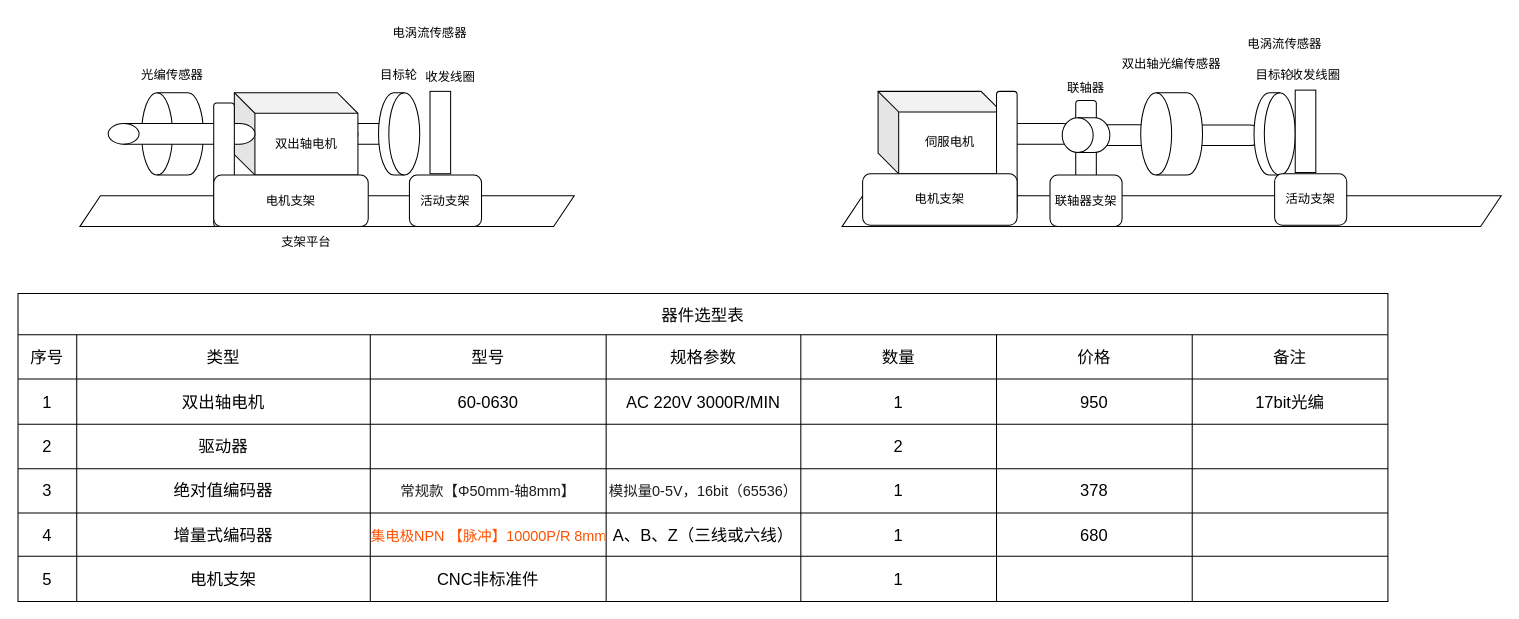
This is 未命名绘图.drawio from dchangsheng/drawio, a draw.io file, before an edit. Source tidied: cells renumbered, new cells numbered last; positions are measured from the earlier drawing's top-left corner, leaving out a move shared by most shapes. Both pictures are drawn from the tidied source at 103%, with x=0, y=0 at pixel (18, 18).
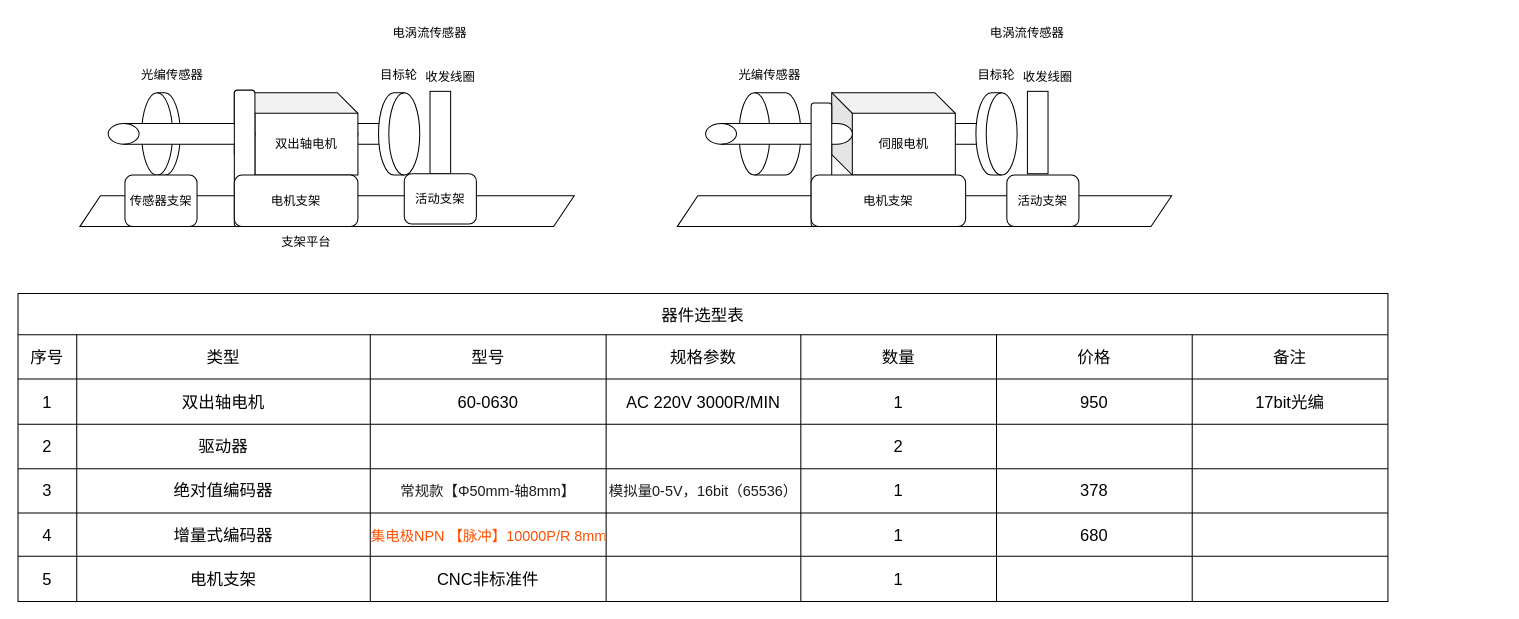
Above is the later version.

Commit message:
已添加 未命名绘图.drawio

Unchanged cells that the change refers to:
```xml
<mxCell id="29" style="shape=tableRow;horizontal=0;startSize=0;swimlaneHead=0;swimlaneBody=0;strokeColor=inherit;top=0;left=0;bottom=0;right=0;fillColor=none;fontSize=16;" parent="20" vertex="1">
  <mxGeometry y="83" width="1330" height="44" as="geometry" />
</mxCell>
<mxCell id="37" style="shape=tableRow;horizontal=0;startSize=0;swimlaneHead=0;swimlaneBody=0;strokeColor=inherit;top=0;left=0;bottom=0;right=0;fillColor=none;fontSize=16;" parent="20" vertex="1">
  <mxGeometry y="127" width="1330" height="43" as="geometry" />
</mxCell>
<mxCell id="45" style="shape=tableRow;horizontal=0;startSize=0;swimlaneHead=0;swimlaneBody=0;strokeColor=inherit;top=0;left=0;bottom=0;right=0;fillColor=none;fontSize=16;" parent="20" vertex="1">
  <mxGeometry y="170" width="1330" height="43" as="geometry" />
</mxCell>
<mxCell id="53" style="shape=tableRow;horizontal=0;startSize=0;swimlaneHead=0;swimlaneBody=0;strokeColor=inherit;top=0;left=0;bottom=0;right=0;fillColor=none;fontSize=16;" parent="20" vertex="1">
  <mxGeometry y="213" width="1330" height="42" as="geometry" />
</mxCell>
<mxCell id="61" style="shape=tableRow;horizontal=0;startSize=0;swimlaneHead=0;swimlaneBody=0;strokeColor=inherit;top=0;left=0;bottom=0;right=0;fillColor=none;fontSize=16;" parent="20" vertex="1">
  <mxGeometry y="255" width="1330" height="44" as="geometry" />
</mxCell>
```

Diff of the diagram source:
```diff
@@
-    <mxCell id="2" style="rounded=1;whiteSpace=wrap;html=1;" parent="1" vertex="1">
-      <mxGeometry x="1026.9" y="80" width="20" height="120" as="geometry" />
-    </mxCell>
-    <mxCell id="3" style="shape=cylinder3;whiteSpace=wrap;html=1;boundedLbl=1;backgroundOutline=1;size=15;rotation=-90;" parent="1" vertex="1">
-      <mxGeometry x="1060.6" y="63.1" width="20" height="101.2" as="geometry" />
-    </mxCell>
-    <mxCell id="4" style="shape=cylinder3;whiteSpace=wrap;html=1;boundedLbl=1;backgroundOutline=1;size=15;rotation=-90;" parent="1" vertex="1">
-      <mxGeometry x="1142.7" y="55.8" width="20" height="116" as="geometry" />
-    </mxCell>
@@
-    <mxCell id="7" style="shape=cylinder3;whiteSpace=wrap;html=1;boundedLbl=1;backgroundOutline=1;size=15;rotation=-90;" parent="1" vertex="1">
-      <mxGeometry x="110" y="82.5" width="80" height="60" as="geometry" />
-    </mxCell>
+    <mxCell id="85" style="shape=cylinder3;whiteSpace=wrap;html=1;boundedLbl=1;backgroundOutline=1;size=15;rotation=-90;" parent="1" vertex="1">
+      <mxGeometry x="98.8" y="93.8" width="80" height="37.5" as="geometry" />
+    </mxCell>
@@
-    <mxCell id="14" style="rounded=1;whiteSpace=wrap;html=1;" parent="1" vertex="1">
-      <mxGeometry x="190" y="82.5" width="20" height="120" as="geometry" />
-    </mxCell>
-    <mxCell id="15" value="电机支架" style="rounded=1;whiteSpace=wrap;html=1;" parent="1" vertex="1">
-      <mxGeometry x="190" y="152.5" width="150" height="50" as="geometry" />
-    </mxCell>
+    <mxCell id="86" style="rounded=1;whiteSpace=wrap;html=1;" parent="1" vertex="1">
+      <mxGeometry x="210" y="70" width="20" height="132.5" as="geometry" />
+    </mxCell>
+    <mxCell id="87" value="电机支架" style="rounded=1;whiteSpace=wrap;html=1;" parent="1" vertex="1">
+      <mxGeometry x="210" y="152.5" width="120" height="50" as="geometry" />
+    </mxCell>
@@
-    <mxCell id="19" value="活动支架" style="rounded=1;whiteSpace=wrap;html=1;" parent="1" vertex="1">
-      <mxGeometry x="380" y="152.5" width="70" height="50" as="geometry" />
-    </mxCell>
+    <mxCell id="88" value="活动支架" style="rounded=1;whiteSpace=wrap;html=1;" parent="1" vertex="1">
+      <mxGeometry x="375" y="151.2" width="70" height="48.8" as="geometry" />
+    </mxCell>
@@
-    <mxCell id="34" value="1" style="shape=partialRectangle;html=1;whiteSpace=wrap;strokeColor=inherit;overflow=hidden;fillColor=none;top=0;left=0;bottom=0;right=0;fontSize=16;" parent="29" vertex="1">
-      <mxGeometry x="760" width="190" height="44" as="geometry" />
-    </mxCell>
+    <mxCell id="89" value="1" style="shape=partialRectangle;html=1;whiteSpace=wrap;strokeColor=inherit;overflow=hidden;fillColor=none;top=0;left=0;bottom=0;right=0;fontSize=16;" parent="29" vertex="1">
+      <mxGeometry x="760" width="190" height="44" as="geometry" />
+    </mxCell>
@@
-    <mxCell id="44" style="shape=partialRectangle;html=1;whiteSpace=wrap;strokeColor=inherit;overflow=hidden;fillColor=none;top=0;left=0;bottom=0;right=0;fontSize=16;" parent="37" vertex="1">
-      <mxGeometry x="1140" width="190" height="43" as="geometry" />
-    </mxCell>
+    <mxCell id="90" style="shape=partialRectangle;html=1;whiteSpace=wrap;strokeColor=inherit;overflow=hidden;fillColor=none;top=0;left=0;bottom=0;right=0;fontSize=16;" parent="37" vertex="1">
+      <mxGeometry x="1140" width="190" height="43" as="geometry" />
+    </mxCell>
@@
-    <mxCell id="52" style="shape=partialRectangle;html=1;whiteSpace=wrap;strokeColor=inherit;overflow=hidden;fillColor=none;top=0;left=0;bottom=0;right=0;fontSize=16;" parent="45" vertex="1">
-      <mxGeometry x="1140" width="190" height="43" as="geometry" />
-    </mxCell>
+    <mxCell id="91" style="shape=partialRectangle;html=1;whiteSpace=wrap;strokeColor=inherit;overflow=hidden;fillColor=none;top=0;left=0;bottom=0;right=0;fontSize=16;" parent="45" vertex="1">
+      <mxGeometry x="1140" width="190" height="43" as="geometry" />
+    </mxCell>
@@
-    <mxCell id="57" value="A、B、Z（三线或六线）" style="shape=partialRectangle;html=1;whiteSpace=wrap;strokeColor=inherit;overflow=hidden;fillColor=none;top=0;left=0;bottom=0;right=0;fontSize=16;" parent="53" vertex="1">
-      <mxGeometry x="571" width="189" height="42" as="geometry" />
-    </mxCell>
+    <mxCell id="92" style="shape=partialRectangle;html=1;whiteSpace=wrap;strokeColor=inherit;overflow=hidden;fillColor=none;top=0;left=0;bottom=0;right=0;fontSize=16;" parent="53" vertex="1">
+      <mxGeometry x="571" width="189" height="42" as="geometry" />
+    </mxCell>
@@
-    <mxCell id="66" value="1" style="shape=partialRectangle;html=1;whiteSpace=wrap;strokeColor=inherit;overflow=hidden;fillColor=none;top=0;left=0;bottom=0;right=0;fontSize=16;" parent="61" vertex="1">
-      <mxGeometry x="760" width="190" height="44" as="geometry" />
-    </mxCell>
+    <mxCell id="93" value="1" style="shape=partialRectangle;html=1;whiteSpace=wrap;strokeColor=inherit;overflow=hidden;fillColor=none;top=0;left=0;bottom=0;right=0;fontSize=16;" parent="61" vertex="1">
+      <mxGeometry x="760" width="190" height="44" as="geometry" />
+    </mxCell>
@@
-    <mxCell id="69" style="shape=cylinder3;whiteSpace=wrap;html=1;boundedLbl=1;backgroundOutline=1;size=15;rotation=-90;" parent="1" vertex="1">
-      <mxGeometry x="971.9" y="65.6" width="20" height="93.8" as="geometry" />
-    </mxCell>
+    <mxCell id="94" style="shape=cylinder3;whiteSpace=wrap;html=1;boundedLbl=1;backgroundOutline=1;size=15;rotation=-90;" parent="1" vertex="1">
+      <mxGeometry x="902.5" y="80" width="20" height="65" as="geometry" />
+    </mxCell>
     <mxCell id="70" value="伺服电机" style="shape=cube;whiteSpace=wrap;html=1;boundedLbl=1;backgroundOutline=1;darkOpacity=0.05;darkOpacity2=0.1;" parent="1" vertex="1">
-      <mxGeometry x="835" y="71.2" width="120" height="80" as="geometry" />
+      <mxGeometry x="790" y="72.5" width="120" height="80" as="geometry" />
     </mxCell>
-    <mxCell id="71" style="shape=cylinder3;whiteSpace=wrap;html=1;boundedLbl=1;backgroundOutline=1;size=15;rotation=-90;" parent="1" vertex="1">
-      <mxGeometry x="1080" y="82.5" width="80" height="60" as="geometry" />
-    </mxCell>
-    <mxCell id="72" style="shape=cylinder3;whiteSpace=wrap;html=1;boundedLbl=1;backgroundOutline=1;size=15;rotation=90;" parent="1" vertex="1">
-      <mxGeometry x="1180" y="92.5" width="80" height="40" as="geometry" />
-    </mxCell>
-    <mxCell id="73" value="双出轴光编传感器" style="text;html=1;whiteSpace=wrap;strokeColor=none;fillColor=none;align=center;verticalAlign=middle;rounded=0;" parent="1" vertex="1">
-      <mxGeometry x="1070" y="30" width="100" height="30" as="geometry" />
-    </mxCell>
+    <mxCell id="95" style="shape=cylinder3;whiteSpace=wrap;html=1;boundedLbl=1;backgroundOutline=1;size=15;rotation=-90;" parent="1" vertex="1">
+      <mxGeometry x="690" y="82.5" width="80" height="60" as="geometry" />
+    </mxCell>
+    <mxCell id="96" style="shape=cylinder3;whiteSpace=wrap;html=1;boundedLbl=1;backgroundOutline=1;size=15;rotation=-90;" parent="1" vertex="1">
+      <mxGeometry x="728.8" y="41.2" width="20" height="142.5" as="geometry" />
+    </mxCell>
+    <mxCell id="97" style="shape=cylinder3;whiteSpace=wrap;html=1;boundedLbl=1;backgroundOutline=1;size=15;rotation=90;" parent="1" vertex="1">
+      <mxGeometry x="910" y="92.5" width="80" height="40" as="geometry" />
+    </mxCell>
+    <mxCell id="98" value="光编传感器" style="text;html=1;whiteSpace=wrap;strokeColor=none;fillColor=none;align=center;verticalAlign=middle;rounded=0;" parent="1" vertex="1">
+      <mxGeometry x="690" y="41.2" width="80" height="30" as="geometry" />
+    </mxCell>
     <mxCell id="74" value="电涡流传感器" style="text;html=1;whiteSpace=wrap;strokeColor=none;fillColor=none;align=center;verticalAlign=middle;rounded=0;" parent="1" vertex="1">
-      <mxGeometry x="1190" y="11.2" width="80" height="30" as="geometry" />
+      <mxGeometry x="940" width="80" height="30" as="geometry" />
     </mxCell>
-    <mxCell id="75" style="shape=parallelogram;perimeter=parallelogramPerimeter;whiteSpace=wrap;html=1;fixedSize=1;" parent="1" vertex="1">
-      <mxGeometry x="800" y="172.5" width="640" height="30" as="geometry" />
-    </mxCell>
-    <mxCell id="76" style="rounded=1;whiteSpace=wrap;html=1;" parent="1" vertex="1">
-      <mxGeometry x="950" y="71.2" width="20" height="120" as="geometry" />
-    </mxCell>
-    <mxCell id="77" value="电机支架" style="rounded=1;whiteSpace=wrap;html=1;" parent="1" vertex="1">
-      <mxGeometry x="820" y="151.2" width="150" height="50" as="geometry" />
-    </mxCell>
-    <mxCell id="78" style="rounded=0;whiteSpace=wrap;html=1;" parent="1" vertex="1">
-      <mxGeometry x="1240" y="70" width="20" height="80" as="geometry" />
-    </mxCell>
+    <mxCell id="99" style="shape=parallelogram;perimeter=parallelogramPerimeter;whiteSpace=wrap;html=1;fixedSize=1;" parent="1" vertex="1">
+      <mxGeometry x="640" y="172.5" width="480" height="30" as="geometry" />
+    </mxCell>
+    <mxCell id="100" style="rounded=1;whiteSpace=wrap;html=1;" parent="1" vertex="1">
+      <mxGeometry x="770" y="82.5" width="20" height="120" as="geometry" />
+    </mxCell>
+    <mxCell id="101" value="电机支架" style="rounded=1;whiteSpace=wrap;html=1;" parent="1" vertex="1">
+      <mxGeometry x="770" y="152.5" width="150" height="50" as="geometry" />
+    </mxCell>
+    <mxCell id="102" style="rounded=0;whiteSpace=wrap;html=1;" parent="1" vertex="1">
+      <mxGeometry x="980" y="71.2" width="20" height="80" as="geometry" />
+    </mxCell>
     <mxCell id="79" value="目标轮" style="text;html=1;whiteSpace=wrap;strokeColor=none;fillColor=none;align=center;verticalAlign=middle;rounded=0;" parent="1" vertex="1">
-      <mxGeometry x="1190" y="41.2" width="60" height="30" as="geometry" />
+      <mxGeometry x="920" y="41.2" width="60" height="30" as="geometry" />
     </mxCell>
     <mxCell id="80" value="收发线圈" style="text;html=1;whiteSpace=wrap;strokeColor=none;fillColor=none;align=center;verticalAlign=middle;rounded=0;" parent="1" vertex="1">
-      <mxGeometry x="1230" y="41.2" width="60" height="30" as="geometry" />
+      <mxGeometry x="970" y="42.5" width="60" height="30" as="geometry" />
     </mxCell>
-    <mxCell id="81" value="活动支架" style="rounded=1;whiteSpace=wrap;html=1;" parent="1" vertex="1">
-      <mxGeometry x="1220" y="151.2" width="70" height="50" as="geometry" />
-    </mxCell>
-    <mxCell id="82" style="shape=cylinder3;whiteSpace=wrap;html=1;boundedLbl=1;backgroundOutline=1;size=15;rotation=-90;" parent="1" vertex="1">
-      <mxGeometry x="1020" y="90.6" width="33.8" height="46.2" as="geometry" />
-    </mxCell>
-    <mxCell id="83" value="联轴器" style="text;html=1;whiteSpace=wrap;strokeColor=none;fillColor=none;align=center;verticalAlign=middle;rounded=0;" parent="1" vertex="1">
-      <mxGeometry x="996.9" y="52.5" width="80" height="30" as="geometry" />
-    </mxCell>
-    <mxCell id="84" value="联轴器支架" style="rounded=1;whiteSpace=wrap;html=1;" parent="1" vertex="1">
-      <mxGeometry x="1001.9" y="152.5" width="70" height="50" as="geometry" />
-    </mxCell>
+    <mxCell id="103" value="活动支架" style="rounded=1;whiteSpace=wrap;html=1;" parent="1" vertex="1">
+      <mxGeometry x="960" y="152.5" width="70" height="50" as="geometry" />
+    </mxCell>
+    <mxCell id="104" value="传感器支架" style="rounded=1;whiteSpace=wrap;html=1;" parent="1" vertex="1">
+      <mxGeometry x="103.8" y="152.5" width="70" height="50" as="geometry" />
+    </mxCell>
```
